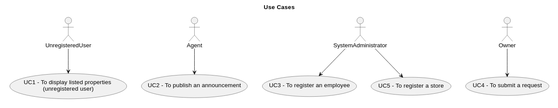
This is docs/Sprint-C/global-artifacts/01.requirements-engineering/svg/use-case-diagram.svg from Rodrick0209/ISEP-LAPR2-22-23, a PlantUML export, as it was before one commit. The source it was exported from:
```plantuml
@startuml
skinparam packageStyle rectangle

skinparam rectangle{
    BorderColor white
}


top to bottom direction

rectangle "Use Cases" as usecases{
    usecase "UC4 - To submit a request" as UC4
    Owner --> UC4
    usecase "UC3 - To register an employee" as UC3
    SystemAdministrator --> UC3
    usecase "UC5 - To register a store" as UC5
    SystemAdministrator --> UC5
    usecase "UC2 - To publish an announcement" as UC2
    Agent --> UC2
    usecase "UC1 - To display listed properties \n(unregistered user)" as UC1
    UnregisteredUser --> UC1
    }
@enduml
```
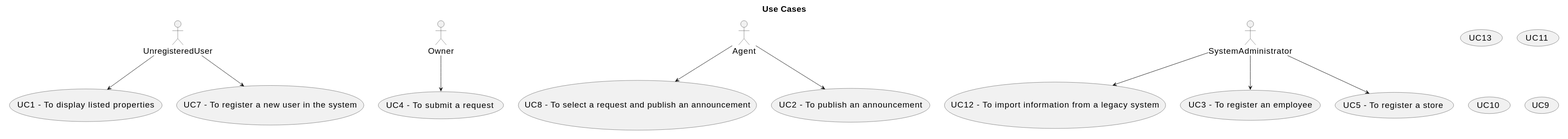
Above is the later version.

What changed in the source:
```diff
@@ -1,4 +1,5 @@
 @startuml
+skinparamlocked defaultFontSize 20
 skinparam packageStyle rectangle
 
 skinparam rectangle{
@@ -9,15 +10,26 @@
 top to bottom direction
 
 rectangle "Use Cases" as usecases{
+    usecase "UC13" as UC13
+    usecase "UC12 - To import information from a legacy system" as UC12
+    SystemAdministrator--> UC12
+    usecase "UC11" as UC11
+    usecase "UC10" as UC10
+    usecase "UC9" as UC9
+    usecase "UC8 - To select a request and publish an announcement" as UC8
+    Agent--> UC8
     usecase "UC4 - To submit a request" as UC4
-    Owner --> UC4
-    usecase "UC3 - To register an employee" as UC3
-    SystemAdministrator --> UC3
-    usecase "UC5 - To register a store" as UC5
-    SystemAdministrator --> UC5
-    usecase "UC2 - To publish an announcement" as UC2
-    Agent --> UC2
-    usecase "UC1 - To display listed properties \n(unregistered user)" as UC1
-    UnregisteredUser --> UC1
-    }
+        Owner --> UC4
+        usecase "UC3 - To register an employee" as UC3
+        SystemAdministrator --> UC3
+        usecase "UC5 - To register a store" as UC5
+        SystemAdministrator --> UC5
+        usecase "UC2 - To publish an announcement" as UC2
+        Agent --> UC2
+        usecase "UC1 - To display listed properties" as UC1
+        UnregisteredUser --> UC1
+        usecase "UC7 -  To register a new user in the system" as UC7
+          UnregisteredUser --> UC7
+
+ }
 @enduml
```
